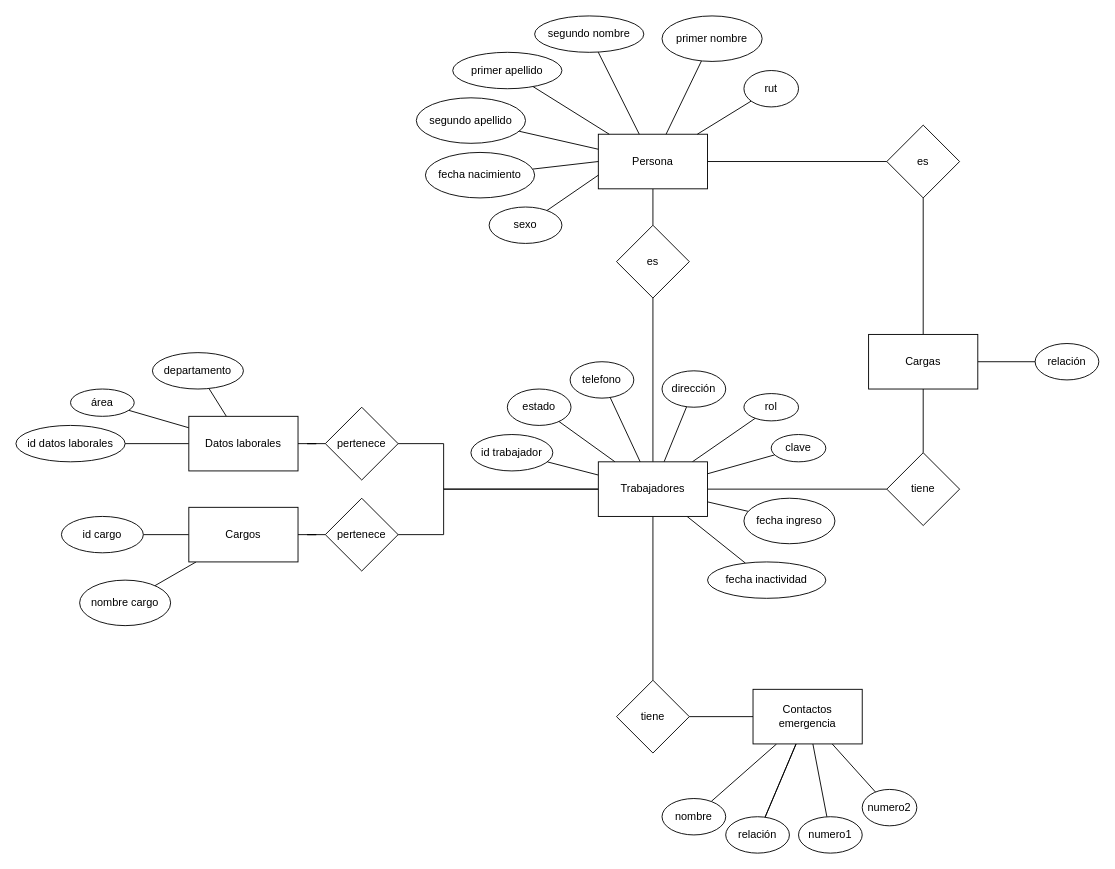
The draw.io diagram ModeloBdTallerDeAplicaciones/Diseño relacional.drawio in Bixo612/Carpeta1, before the edit. Source tidied: cells renumbered, new cells numbered last; positions are measured from the earlier drawing's top-left corner, leaving out a move shared by most shapes. Both pictures are drawn from the tidied source at 91%, with x=0, y=0 at pixel (15, 15).
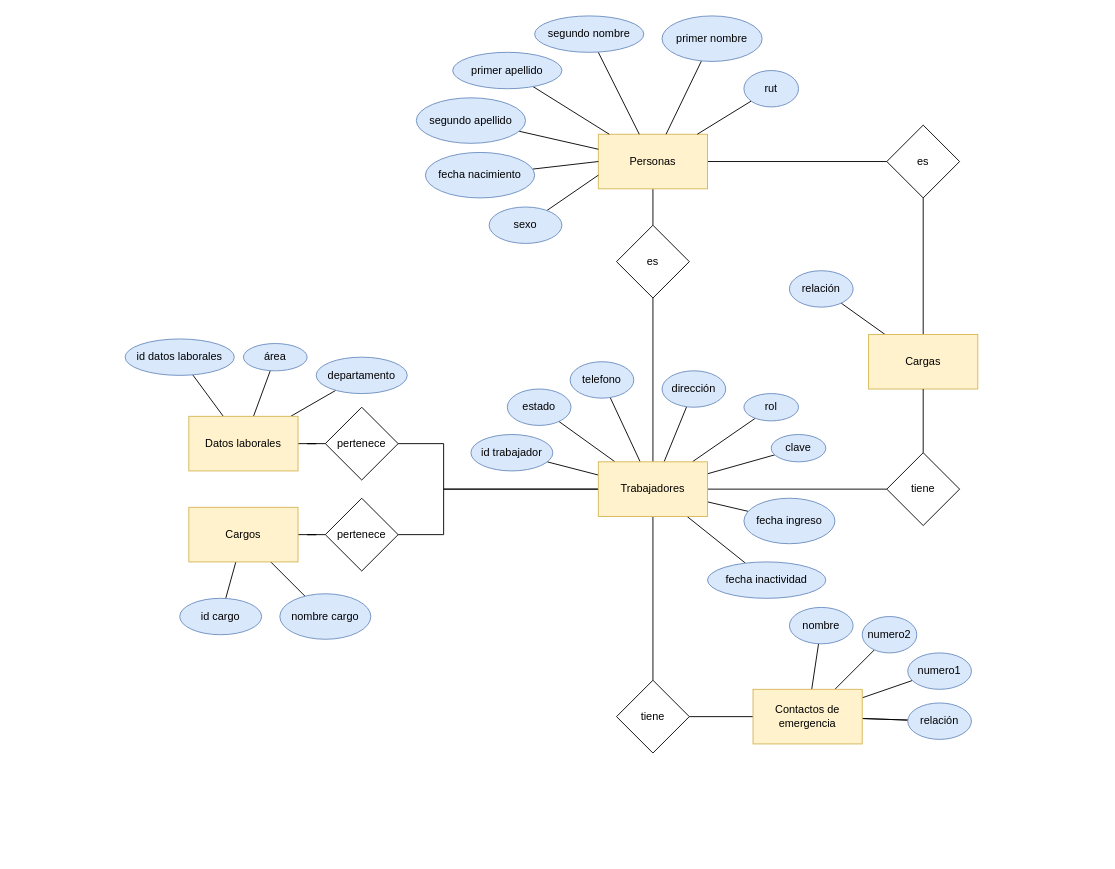
Above is the later version.

Change to the diagram source:
```diff
@@
-    <mxCell id="4" value="Persona" style="rounded=0;whiteSpace=wrap;html=1;" parent="1" vertex="1">
+    <mxCell id="4" value="Personas" style="rounded=0;whiteSpace=wrap;html=1;fillColor=#fff2cc;strokeColor=#d6b656;" parent="1" vertex="1">
       <mxGeometry x="640" y="130" width="120" height="60" as="geometry" />
     </mxCell>
@@
-    <mxCell id="19" value="Trabajadores" style="whiteSpace=wrap;html=1;" parent="1" vertex="1">
+    <mxCell id="19" value="Trabajadores" style="whiteSpace=wrap;html=1;fillColor=#fff2cc;strokeColor=#d6b656;" parent="1" vertex="1">
       <mxGeometry x="640" y="490" width="120" height="60" as="geometry" />
     </mxCell>
@@
-    <mxCell id="23" value="Cargas" style="whiteSpace=wrap;html=1;rounded=0;" parent="1" vertex="1">
+    <mxCell id="23" value="Cargas" style="whiteSpace=wrap;html=1;rounded=0;fillColor=#fff2cc;strokeColor=#d6b656;" parent="1" vertex="1">
       <mxGeometry x="937" y="350" width="120" height="60" as="geometry" />
     </mxCell>
@@
-    <mxCell id="33" value="Contactos emergencia" style="whiteSpace=wrap;html=1;" parent="1" vertex="1">
+    <mxCell id="33" value="Contactos de emergencia" style="whiteSpace=wrap;html=1;fillColor=#fff2cc;strokeColor=#d6b656;" parent="1" vertex="1">
       <mxGeometry x="810" y="740" width="120" height="60" as="geometry" />
     </mxCell>
@@
-    <mxCell id="40" value="Cargos" style="whiteSpace=wrap;html=1;" parent="1" vertex="1">
+    <mxCell id="40" value="Cargos" style="whiteSpace=wrap;html=1;fillColor=#fff2cc;strokeColor=#d6b656;" parent="1" vertex="1">
       <mxGeometry x="190" y="540" width="120" height="60" as="geometry" />
     </mxCell>
@@
-    <mxCell id="44" value="Datos laborales" style="whiteSpace=wrap;html=1;" parent="1" vertex="1">
+    <mxCell id="44" value="Datos laborales" style="whiteSpace=wrap;html=1;fillColor=#fff2cc;strokeColor=#d6b656;" parent="1" vertex="1">
       <mxGeometry x="190" y="440" width="120" height="60" as="geometry" />
     </mxCell>
@@
-    <mxCell id="46" value="rut" style="ellipse;whiteSpace=wrap;html=1;" parent="1" vertex="1">
+    <mxCell id="46" value="rut" style="ellipse;whiteSpace=wrap;html=1;fillColor=#dae8fc;strokeColor=#6c8ebf;" parent="1" vertex="1">
       <mxGeometry x="800" y="60" width="60" height="40" as="geometry" />
     </mxCell>
@@
-    <mxCell id="48" value="primer nombre" style="ellipse;whiteSpace=wrap;html=1;" parent="1" vertex="1">
+    <mxCell id="48" value="primer nombre" style="ellipse;whiteSpace=wrap;html=1;fillColor=#dae8fc;strokeColor=#6c8ebf;" parent="1" vertex="1">
       <mxGeometry x="710" width="110" height="50" as="geometry" />
     </mxCell>
@@
-    <mxCell id="50" value="segundo nombre" style="ellipse;whiteSpace=wrap;html=1;" parent="1" vertex="1">
+    <mxCell id="50" value="segundo nombre" style="ellipse;whiteSpace=wrap;html=1;fillColor=#dae8fc;strokeColor=#6c8ebf;" parent="1" vertex="1">
       <mxGeometry x="570" width="120" height="40" as="geometry" />
     </mxCell>
@@
-    <mxCell id="52" value="primer apellido" style="ellipse;whiteSpace=wrap;html=1;" parent="1" vertex="1">
+    <mxCell id="52" value="primer apellido" style="ellipse;whiteSpace=wrap;html=1;fillColor=#dae8fc;strokeColor=#6c8ebf;" parent="1" vertex="1">
       <mxGeometry x="480" y="40" width="120" height="40" as="geometry" />
     </mxCell>
@@
-    <mxCell id="55" value="segundo apellido" style="ellipse;whiteSpace=wrap;html=1;" parent="1" vertex="1">
+    <mxCell id="55" value="segundo apellido" style="ellipse;whiteSpace=wrap;html=1;fillColor=#dae8fc;strokeColor=#6c8ebf;" parent="1" vertex="1">
       <mxGeometry x="440" y="90" width="120" height="50" as="geometry" />
     </mxCell>
@@
-    <mxCell id="57" value="fecha nacimiento" style="ellipse;whiteSpace=wrap;html=1;" parent="1" vertex="1">
+    <mxCell id="57" value="fecha nacimiento" style="ellipse;whiteSpace=wrap;html=1;fillColor=#dae8fc;strokeColor=#6c8ebf;" parent="1" vertex="1">
       <mxGeometry x="450" y="150" width="120" height="50" as="geometry" />
     </mxCell>
@@
-    <mxCell id="59" value="sexo" style="ellipse;whiteSpace=wrap;html=1;" parent="1" vertex="1">
+    <mxCell id="59" value="sexo" style="ellipse;whiteSpace=wrap;html=1;fillColor=#dae8fc;strokeColor=#6c8ebf;" parent="1" vertex="1">
       <mxGeometry x="520" y="210" width="80" height="40" as="geometry" />
     </mxCell>
-    <mxCell id="60" value="relación" style="ellipse;whiteSpace=wrap;html=1;rounded=0;" parent="1" vertex="1">
-      <mxGeometry x="1120" y="360" width="70" height="40" as="geometry" />
+    <mxCell id="60" value="relación" style="ellipse;whiteSpace=wrap;html=1;rounded=0;fillColor=#dae8fc;strokeColor=#6c8ebf;" parent="1" vertex="1">
+      <mxGeometry x="850" y="280" width="70" height="40" as="geometry" />
     </mxCell>
-    <mxCell id="61" value="nombre" style="ellipse;whiteSpace=wrap;html=1;" parent="1" vertex="1">
-      <mxGeometry x="710" y="860" width="70" height="40" as="geometry" />
+    <mxCell id="61" value="nombre" style="ellipse;whiteSpace=wrap;html=1;fillColor=#dae8fc;strokeColor=#6c8ebf;" parent="1" vertex="1">
+      <mxGeometry x="850" y="650" width="70" height="40" as="geometry" />
     </mxCell>
-    <mxCell id="62" value="relación" style="ellipse;whiteSpace=wrap;html=1;" parent="1" vertex="1">
-      <mxGeometry x="780" y="880" width="70" height="40" as="geometry" />
+    <mxCell id="62" value="relación" style="ellipse;whiteSpace=wrap;html=1;fillColor=#dae8fc;strokeColor=#6c8ebf;" parent="1" vertex="1">
+      <mxGeometry x="980" y="755" width="70" height="40" as="geometry" />
     </mxCell>
-    <mxCell id="63" value="numero1" style="ellipse;whiteSpace=wrap;html=1;" parent="1" vertex="1">
-      <mxGeometry x="860" y="880" width="70" height="40" as="geometry" />
+    <mxCell id="63" value="numero1" style="ellipse;whiteSpace=wrap;html=1;fillColor=#dae8fc;strokeColor=#6c8ebf;" parent="1" vertex="1">
+      <mxGeometry x="980" y="700" width="70" height="40" as="geometry" />
     </mxCell>
-    <mxCell id="64" value="numero2" style="ellipse;whiteSpace=wrap;html=1;" parent="1" vertex="1">
-      <mxGeometry x="930" y="850" width="60" height="40" as="geometry" />
+    <mxCell id="64" value="numero2" style="ellipse;whiteSpace=wrap;html=1;fillColor=#dae8fc;strokeColor=#6c8ebf;" parent="1" vertex="1">
+      <mxGeometry x="930" y="660" width="60" height="40" as="geometry" />
     </mxCell>
-    <mxCell id="65" value="id trabajador" style="ellipse;whiteSpace=wrap;html=1;" parent="1" vertex="1">
+    <mxCell id="65" value="id trabajador" style="ellipse;whiteSpace=wrap;html=1;fillColor=#dae8fc;strokeColor=#6c8ebf;" parent="1" vertex="1">
       <mxGeometry x="500" y="460" width="90" height="40" as="geometry" />
     </mxCell>
-    <mxCell id="66" value="estado" style="ellipse;whiteSpace=wrap;html=1;" parent="1" vertex="1">
+    <mxCell id="66" value="estado" style="ellipse;whiteSpace=wrap;html=1;fillColor=#dae8fc;strokeColor=#6c8ebf;" parent="1" vertex="1">
       <mxGeometry x="540" y="410" width="70" height="40" as="geometry" />
     </mxCell>
-    <mxCell id="67" value="telefono" style="ellipse;whiteSpace=wrap;html=1;" parent="1" vertex="1">
+    <mxCell id="67" value="telefono" style="ellipse;whiteSpace=wrap;html=1;fillColor=#dae8fc;strokeColor=#6c8ebf;" parent="1" vertex="1">
       <mxGeometry x="609" y="380" width="70" height="40" as="geometry" />
     </mxCell>
-    <mxCell id="68" value="dirección" style="ellipse;whiteSpace=wrap;html=1;" parent="1" vertex="1">
+    <mxCell id="68" value="dirección" style="ellipse;whiteSpace=wrap;html=1;fillColor=#dae8fc;strokeColor=#6c8ebf;" parent="1" vertex="1">
       <mxGeometry x="710" y="390" width="70" height="40" as="geometry" />
     </mxCell>
-    <mxCell id="69" value="rol" style="ellipse;whiteSpace=wrap;html=1;" parent="1" vertex="1">
+    <mxCell id="69" value="rol" style="ellipse;whiteSpace=wrap;html=1;fillColor=#dae8fc;strokeColor=#6c8ebf;" parent="1" vertex="1">
       <mxGeometry x="800" y="415" width="60" height="30" as="geometry" />
     </mxCell>
-    <mxCell id="70" value="clave" style="ellipse;whiteSpace=wrap;html=1;" parent="1" vertex="1">
+    <mxCell id="70" value="clave" style="ellipse;whiteSpace=wrap;html=1;fillColor=#dae8fc;strokeColor=#6c8ebf;" parent="1" vertex="1">
       <mxGeometry x="830" y="460" width="60" height="30" as="geometry" />
     </mxCell>
-    <mxCell id="71" value="fecha ingreso" style="ellipse;whiteSpace=wrap;html=1;" parent="1" vertex="1">
+    <mxCell id="71" value="fecha ingreso" style="ellipse;whiteSpace=wrap;html=1;fillColor=#dae8fc;strokeColor=#6c8ebf;" parent="1" vertex="1">
       <mxGeometry x="800" y="530" width="100" height="50" as="geometry" />
     </mxCell>
-    <mxCell id="72" value="fecha inactividad" style="ellipse;whiteSpace=wrap;html=1;" parent="1" vertex="1">
+    <mxCell id="72" value="fecha inactividad" style="ellipse;whiteSpace=wrap;html=1;fillColor=#dae8fc;strokeColor=#6c8ebf;" parent="1" vertex="1">
       <mxGeometry x="760" y="600" width="130" height="40" as="geometry" />
     </mxCell>
-    <mxCell id="73" value="id cargo" style="ellipse;whiteSpace=wrap;html=1;" parent="1" vertex="1">
-      <mxGeometry x="50" y="550" width="90" height="40" as="geometry" />
+    <mxCell id="73" value="id cargo" style="ellipse;whiteSpace=wrap;html=1;fillColor=#dae8fc;strokeColor=#6c8ebf;" parent="1" vertex="1">
+      <mxGeometry x="180" y="640" width="90" height="40" as="geometry" />
     </mxCell>
-    <mxCell id="74" value="nombre cargo" style="ellipse;whiteSpace=wrap;html=1;" parent="1" vertex="1">
-      <mxGeometry x="70" y="620" width="100" height="50" as="geometry" />
+    <mxCell id="74" value="nombre cargo" style="ellipse;whiteSpace=wrap;html=1;fillColor=#dae8fc;strokeColor=#6c8ebf;" parent="1" vertex="1">
+      <mxGeometry x="290" y="635" width="100" height="50" as="geometry" />
     </mxCell>
-    <mxCell id="75" value="id datos laborales" style="ellipse;whiteSpace=wrap;html=1;" parent="1" vertex="1">
-      <mxGeometry y="450" width="120" height="40" as="geometry" />
+    <mxCell id="75" value="id datos laborales" style="ellipse;whiteSpace=wrap;html=1;fillColor=#dae8fc;strokeColor=#6c8ebf;" parent="1" vertex="1">
+      <mxGeometry x="120" y="355" width="120" height="40" as="geometry" />
     </mxCell>
-    <mxCell id="76" value="área" style="ellipse;whiteSpace=wrap;html=1;" parent="1" vertex="1">
-      <mxGeometry x="60" y="410" width="70" height="30" as="geometry" />
+    <mxCell id="76" value="área" style="ellipse;whiteSpace=wrap;html=1;fillColor=#dae8fc;strokeColor=#6c8ebf;" parent="1" vertex="1">
+      <mxGeometry x="250" y="360" width="70" height="30" as="geometry" />
     </mxCell>
-    <mxCell id="77" value="departamento" style="ellipse;whiteSpace=wrap;html=1;" parent="1" vertex="1">
-      <mxGeometry x="150" y="370" width="100" height="40" as="geometry" />
+    <mxCell id="77" value="departamento" style="ellipse;whiteSpace=wrap;html=1;fillColor=#dae8fc;strokeColor=#6c8ebf;" parent="1" vertex="1">
+      <mxGeometry x="330" y="375" width="100" height="40" as="geometry" />
     </mxCell>
```
